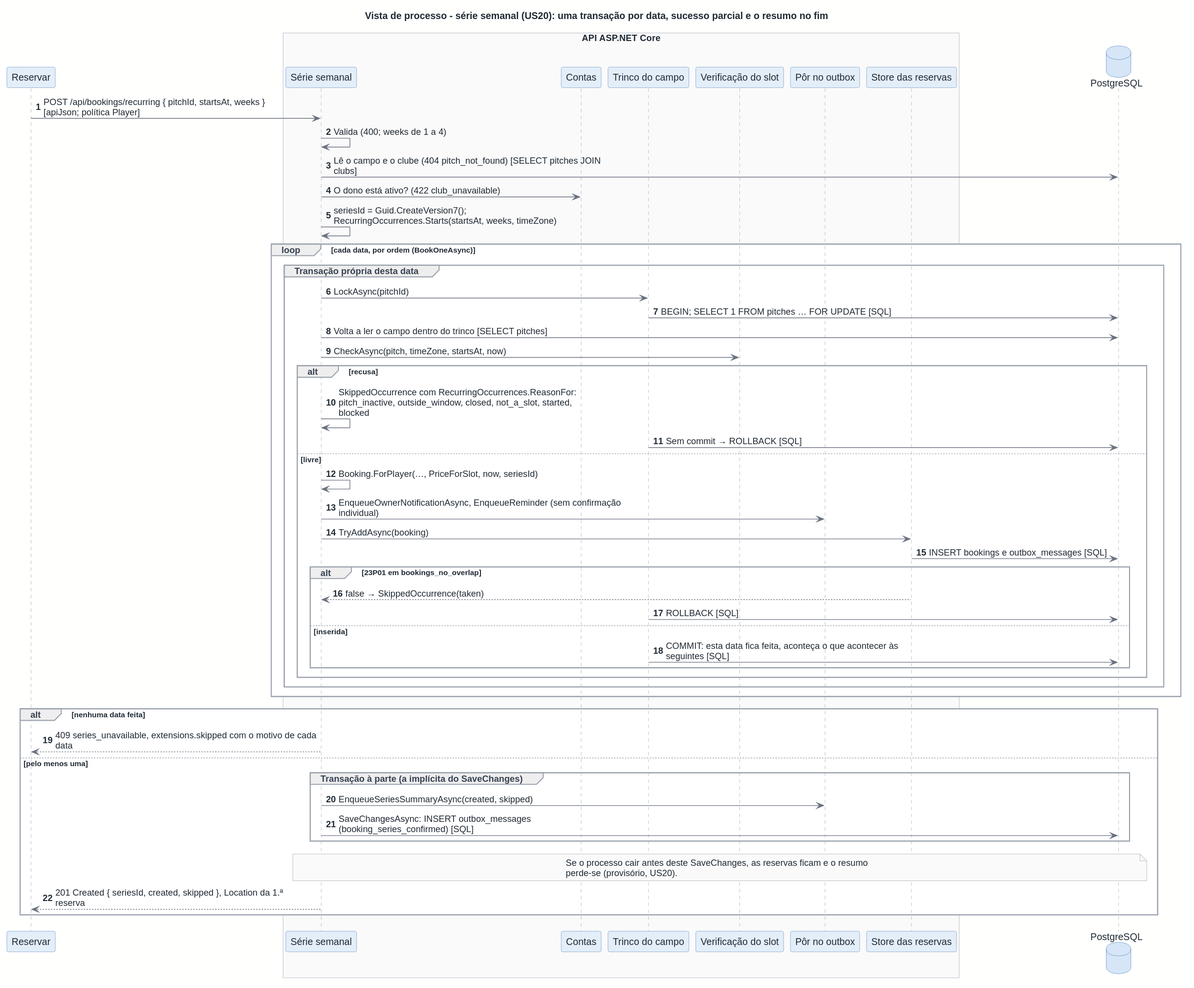
Above: docs/architecture/out/process-series.svg in rodrigo4sousa/SportsEstablishments (PlantUML), before the change.
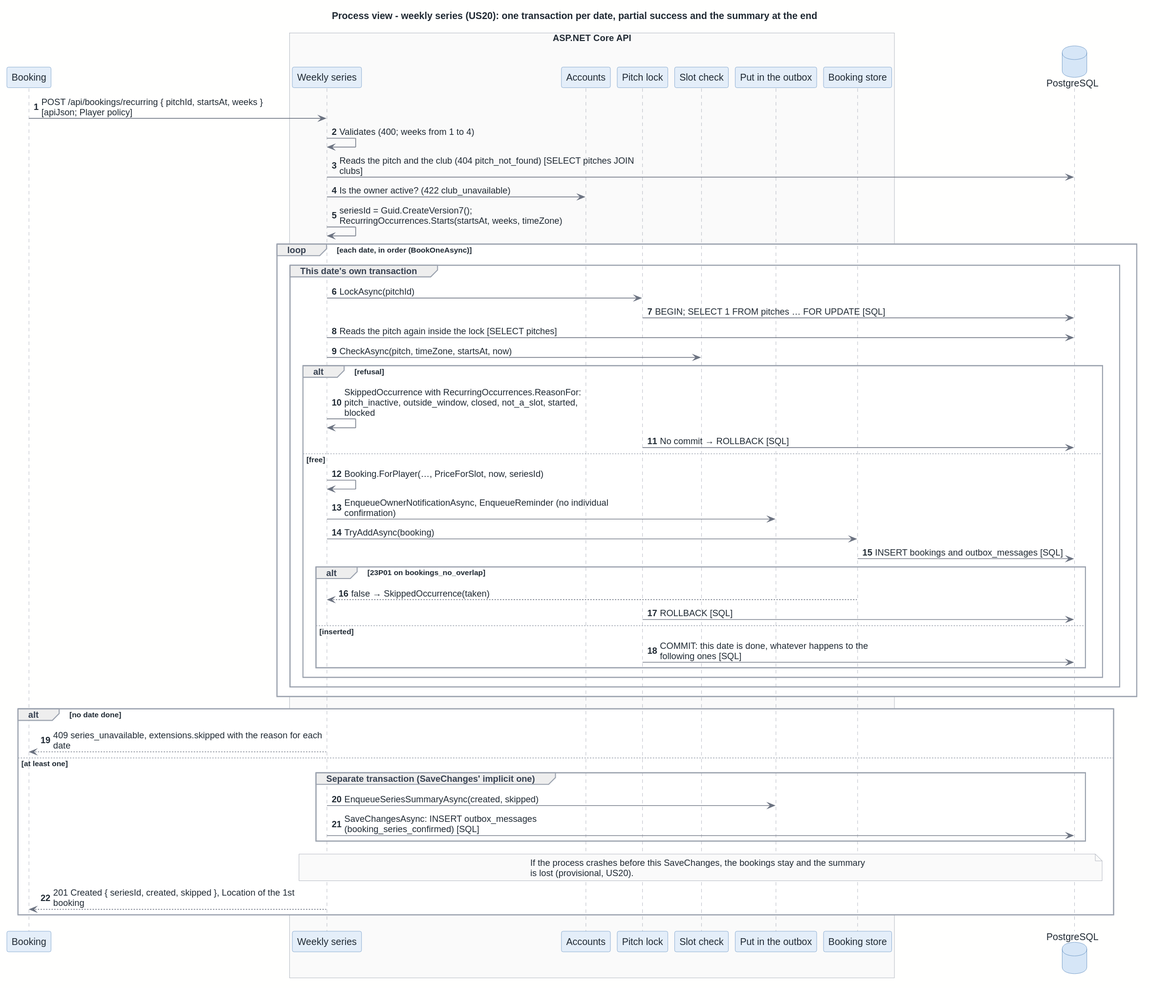
After the commit.

What changed in the source:
```diff
@@ -1,58 +1,58 @@
 @startuml
 !include ../style.puml
 
-title Vista de processo - série semanal (US20): uma transação por data, sucesso parcial e o resumo no fim
+title Process view - weekly series (US20): one transaction per date, partial success and the summary at the end
 autonumber
 
-participant "Reservar" as WEB_F_BOOKING
-box "API ASP.NET Core"
-  participant "Série semanal" as API_BOOK_SERIES
-  participant "Contas" as API_AUTH_ACCOUNTS
-  participant "Trinco do campo" as CC_LOCK
-  participant "Verificação do slot" as CC_SLOTCHECK
-  participant "Pôr no outbox" as API_NOTIF_OUTBOX
-  participant "Store das reservas" as API_BOOK_STORE
+participant "Booking" as WEB_F_BOOKING
+box "ASP.NET Core API"
+  participant "Weekly series" as API_BOOK_SERIES
+  participant "Accounts" as API_AUTH_ACCOUNTS
+  participant "Pitch lock" as CC_LOCK
+  participant "Slot check" as CC_SLOTCHECK
+  participant "Put in the outbox" as API_NOTIF_OUTBOX
+  participant "Booking store" as API_BOOK_STORE
 end box
 database "PostgreSQL" as C_DB
 
-WEB_F_BOOKING -> API_BOOK_SERIES : POST /api/bookings/recurring { pitchId, startsAt, weeks }\n[apiJson; política Player]
-API_BOOK_SERIES -> API_BOOK_SERIES : Valida (400; weeks de 1 a 4)
-API_BOOK_SERIES -> C_DB : Lê o campo e o clube (404 pitch_not_found) [SELECT pitches JOIN\nclubs]
-API_BOOK_SERIES -> API_AUTH_ACCOUNTS : O dono está ativo? (422 club_unavailable)
+WEB_F_BOOKING -> API_BOOK_SERIES : POST /api/bookings/recurring { pitchId, startsAt, weeks }\n[apiJson; Player policy]
+API_BOOK_SERIES -> API_BOOK_SERIES : Validates (400; weeks from 1 to 4)
+API_BOOK_SERIES -> C_DB : Reads the pitch and the club (404 pitch_not_found) [SELECT pitches JOIN\nclubs]
+API_BOOK_SERIES -> API_AUTH_ACCOUNTS : Is the owner active? (422 club_unavailable)
 API_BOOK_SERIES -> API_BOOK_SERIES : seriesId = Guid.CreateVersion7();\nRecurringOccurrences.Starts(startsAt, weeks, timeZone)
 
-loop cada data, por ordem (BookOneAsync)
-  group Transação própria desta data
+loop each date, in order (BookOneAsync)
+  group This date's own transaction
     API_BOOK_SERIES -> CC_LOCK : LockAsync(pitchId)
     CC_LOCK -> C_DB : BEGIN; SELECT 1 FROM pitches … FOR UPDATE [SQL]
-    API_BOOK_SERIES -> C_DB : Volta a ler o campo dentro do trinco [SELECT pitches]
+    API_BOOK_SERIES -> C_DB : Reads the pitch again inside the lock [SELECT pitches]
     API_BOOK_SERIES -> CC_SLOTCHECK : CheckAsync(pitch, timeZone, startsAt, now)
-    alt recusa
-      API_BOOK_SERIES -> API_BOOK_SERIES : SkippedOccurrence com RecurringOccurrences.ReasonFor:\npitch_inactive, outside_window, closed, not_a_slot, started,\nblocked
-      CC_LOCK -> C_DB : Sem commit → ROLLBACK [SQL]
-    else livre
+    alt refusal
+      API_BOOK_SERIES -> API_BOOK_SERIES : SkippedOccurrence with RecurringOccurrences.ReasonFor:\npitch_inactive, outside_window, closed, not_a_slot, started,\nblocked
+      CC_LOCK -> C_DB : No commit → ROLLBACK [SQL]
+    else free
       API_BOOK_SERIES -> API_BOOK_SERIES : Booking.ForPlayer(…, PriceForSlot, now, seriesId)
-      API_BOOK_SERIES -> API_NOTIF_OUTBOX : EnqueueOwnerNotificationAsync, EnqueueReminder (sem confirmação\nindividual)
+      API_BOOK_SERIES -> API_NOTIF_OUTBOX : EnqueueOwnerNotificationAsync, EnqueueReminder (no individual\nconfirmation)
       API_BOOK_SERIES -> API_BOOK_STORE : TryAddAsync(booking)
-      API_BOOK_STORE -> C_DB : INSERT bookings e outbox_messages [SQL]
-      alt 23P01 em bookings_no_overlap
+      API_BOOK_STORE -> C_DB : INSERT bookings and outbox_messages [SQL]
+      alt 23P01 on bookings_no_overlap
         API_BOOK_STORE --> API_BOOK_SERIES : false → SkippedOccurrence(taken)
         CC_LOCK -> C_DB : ROLLBACK [SQL]
-      else inserida
-        CC_LOCK -> C_DB : COMMIT: esta data fica feita, aconteça o que acontecer às\nseguintes [SQL]
+      else inserted
+        CC_LOCK -> C_DB : COMMIT: this date is done, whatever happens to the\nfollowing ones [SQL]
       end
     end
   end
 end
 
-alt nenhuma data feita
-  API_BOOK_SERIES --> WEB_F_BOOKING : 409 series_unavailable, extensions.skipped com o motivo de cada\ndata
-else pelo menos uma
-  group Transação à parte (a implícita do SaveChanges)
+alt no date done
+  API_BOOK_SERIES --> WEB_F_BOOKING : 409 series_unavailable, extensions.skipped with the reason for each\ndate
+else at least one
+  group Separate transaction (SaveChanges' implicit one)
     API_BOOK_SERIES -> API_NOTIF_OUTBOX : EnqueueSeriesSummaryAsync(created, skipped)
     API_BOOK_SERIES -> C_DB : SaveChangesAsync: INSERT outbox_messages\n(booking_series_confirmed) [SQL]
   end
-  note over API_BOOK_SERIES, C_DB: Se o processo cair antes deste SaveChanges, as reservas ficam e o resumo\nperde-se (provisório, US20).
-  API_BOOK_SERIES --> WEB_F_BOOKING : 201 Created { seriesId, created, skipped }, Location da 1.ª\nreserva
+  note over API_BOOK_SERIES, C_DB: If the process crashes before this SaveChanges, the bookings stay and the summary\nis lost (provisional, US20).
+  API_BOOK_SERIES --> WEB_F_BOOKING : 201 Created { seriesId, created, skipped }, Location of the 1st\nbooking
 end
 @enduml
```
